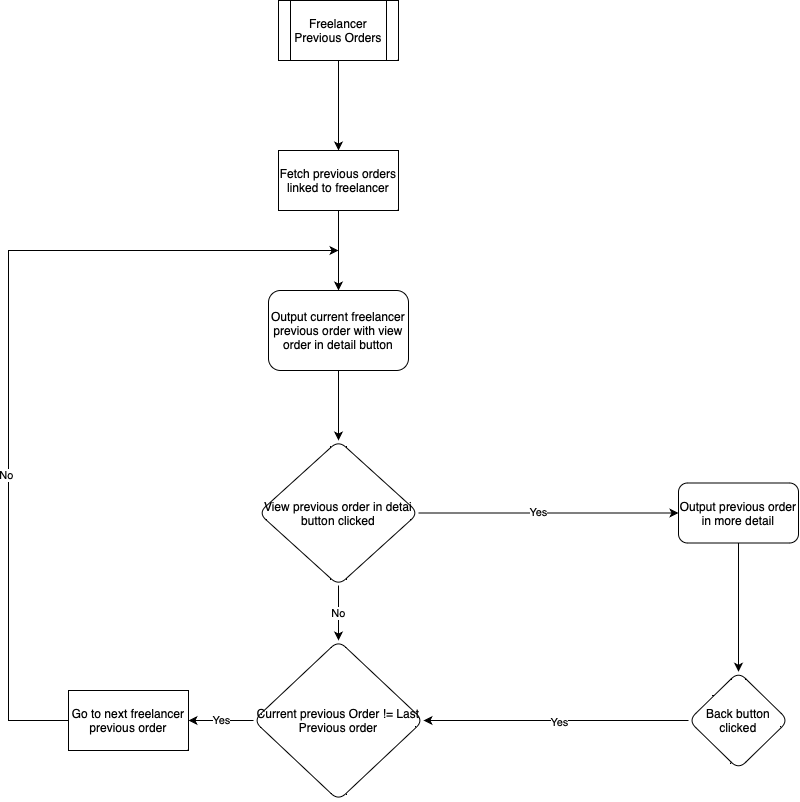
The draw.io diagram PreviousOrdersFlowChart.drawio.png in trndnd/ALevelTkinterWork, before a commit. Source tidied: cells renumbered, new cells last; positions are measured from the earlier drawing's top-left corner, leaving out a move shared by most shapes.
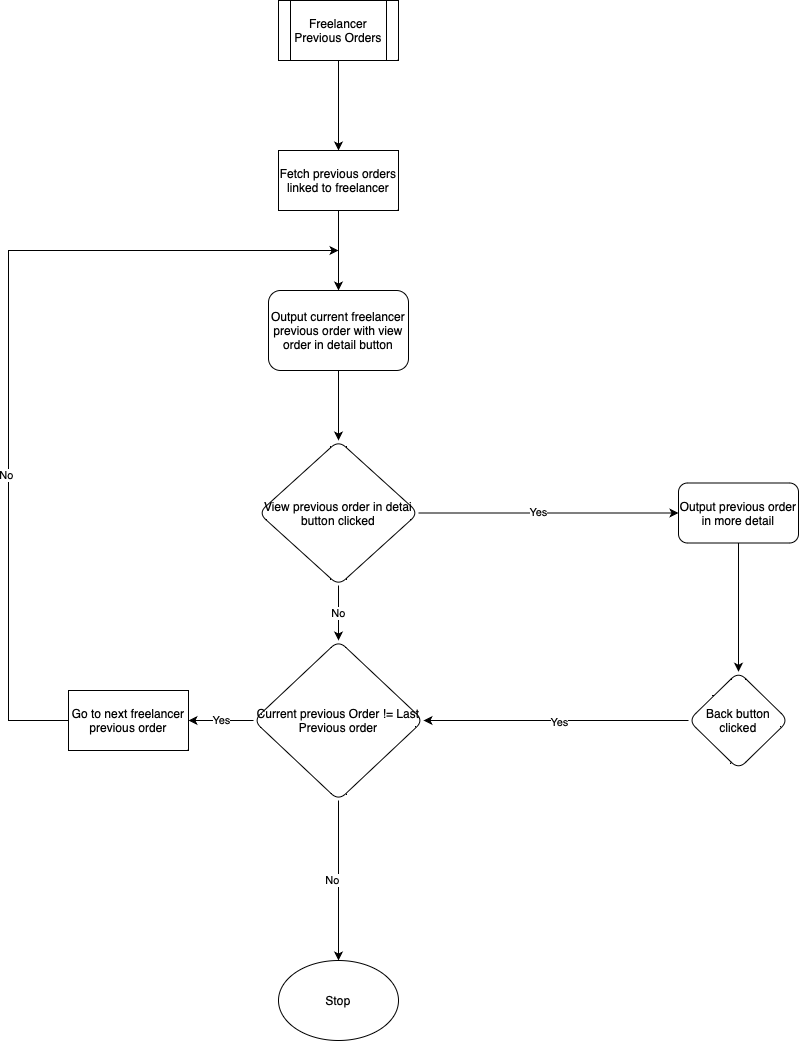
The same file after the commit.

What changed in the source:
```diff
@@ -58,6 +58,16 @@
     <mxCell id="17" value="Yes" style="edgeStyle=orthogonalEdgeStyle;rounded=0;jettySize=auto;html=1;exitX=0;exitY=0.5;exitDx=0;exitDy=0;entryX=1;entryY=0.5;entryDx=0;entryDy=0;" parent="1" edge="1" source="18" target="16">
       <mxGeometry relative="1" as="geometry" />
     </mxCell>
+    <mxCell id="22" style="edgeStyle=orthogonalEdgeStyle;rounded=0;jettySize=auto;html=1;exitX=0.5;exitY=1;exitDx=0;exitDy=0;" parent="1" edge="1" source="18">
+      <mxGeometry relative="1" as="geometry">
+        <mxPoint x="330" y="960" as="targetPoint" />
+      </mxGeometry>
+    </mxCell>
+    <mxCell id="23" value="No" style="edgeLabel;html=1;align=center;verticalAlign=middle;" parent="22" vertex="1">
+      <mxGeometry y="-6" relative="1" as="geometry">
+        <mxPoint x="-6" y="-6" as="offset" />
+      </mxGeometry>
+    </mxCell>
     <mxCell id="18" value="Current previous Order != Last Previous order" style="rhombus;whiteSpace=wrap;html=1;rounded=1;" parent="1" vertex="1">
       <mxGeometry x="245" y="640" width="170" height="160" as="geometry" />
     </mxCell>
@@ -70,5 +80,8 @@
     <mxCell id="21" value="Back button clicked" style="rhombus;whiteSpace=wrap;html=1;rounded=1;" parent="1" vertex="1">
       <mxGeometry x="680" y="671.2" width="100" height="97.5" as="geometry" />
     </mxCell>
+    <mxCell id="24" value="Stop" style="ellipse;whiteSpace=wrap;html=1;" parent="1" vertex="1">
+      <mxGeometry x="270" y="960" width="120" height="80" as="geometry" />
+    </mxCell>
   </root>
 </mxGraphModel>
```
